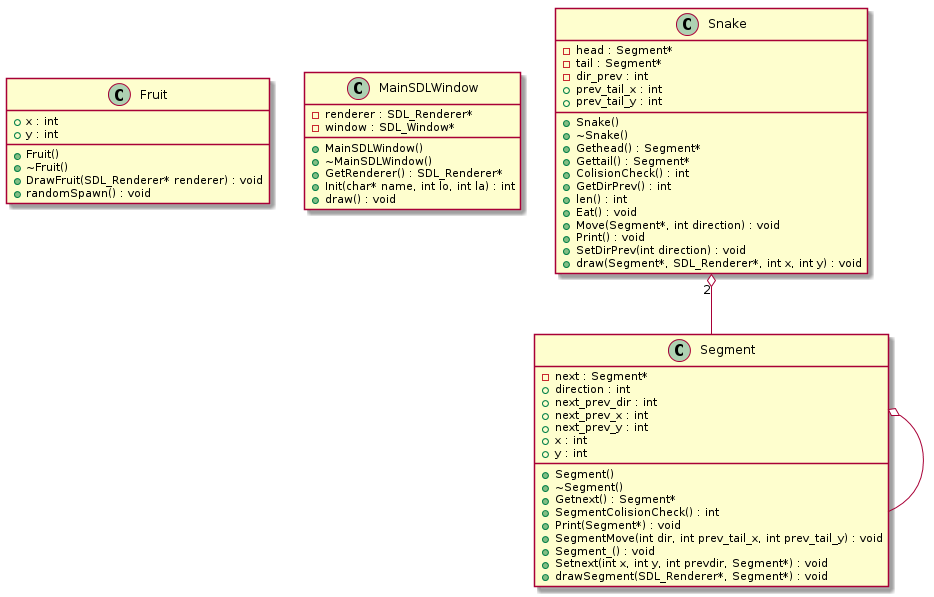
Earlier version of the PlantUML export uml/classes.png (katsutsani/gtech1-b16-snake).
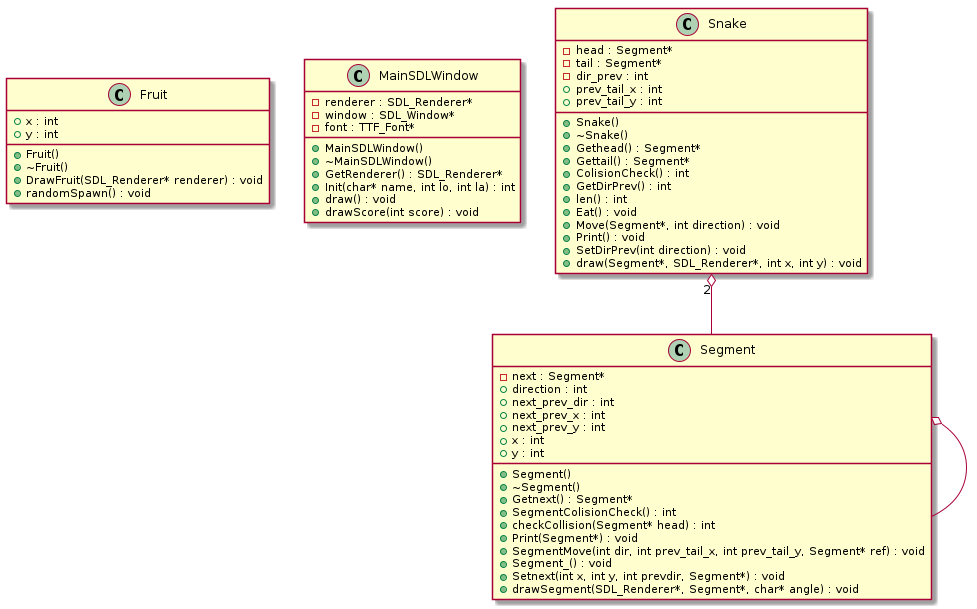
After the change.

The edit, as a diff of the source:
```diff
@@ -21,8 +21,10 @@
 	+GetRenderer() : SDL_Renderer*
 	-renderer : SDL_Renderer*
 	-window : SDL_Window*
+	-font : TTF_Font*
 	+Init(char* name, int lo, int la) : int
 	+draw() : void
+	+drawScore(int score) : void
 }
 
 
@@ -32,6 +34,7 @@
 	+Getnext() : Segment*
 	-next : Segment*
 	+SegmentColisionCheck() : int
+	+checkCollision(Segment* head) : int
 	+direction : int
 	+next_prev_dir : int
 	+next_prev_x : int
@@ -39,10 +42,10 @@
 	+x : int
 	+y : int
 	+Print(Segment*) : void
-	+SegmentMove(int dir, int prev_tail_x, int prev_tail_y) : void
+	+SegmentMove(int dir, int prev_tail_x, int prev_tail_y, Segment* ref) : void
 	+Segment_() : void
 	+Setnext(int x, int y, int prevdir, Segment*) : void
-	+drawSegment(SDL_Renderer*, Segment*) : void
+	+drawSegment(SDL_Renderer*, Segment*, char* angle) : void
 }
 
 
```
